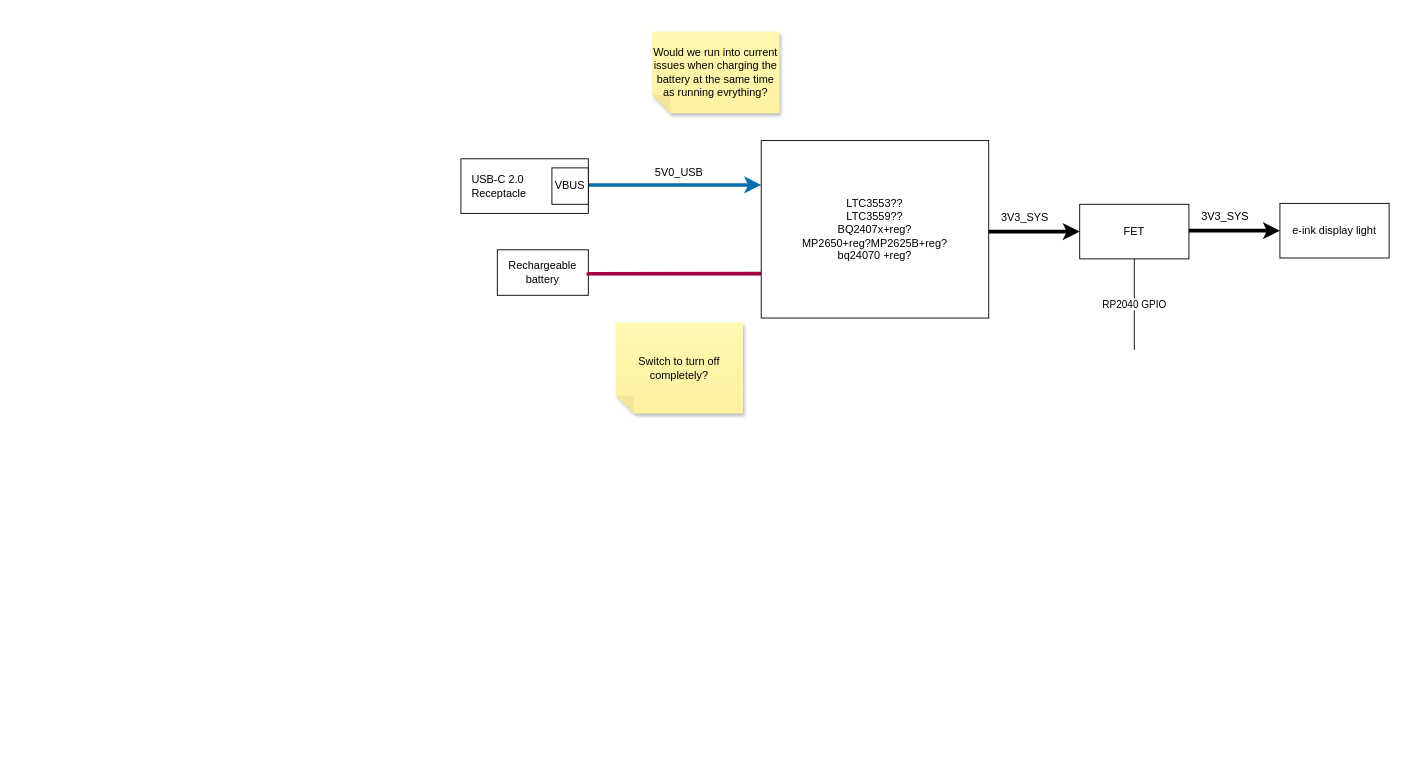
Before: page "Power path" (2 of 2) of hw_architecture/alarm_clk_blk.drawio in DawsonTheroux/alarm_clock, a draw.io diagram. Source tidied: cells renumbered, new cells numbered last; positions are measured from the earlier drawing's top-left corner, leaving out a move shared by most shapes. Both pictures are drawn from the tidied source at 91%, with x=0, y=0 at pixel (460, 31).
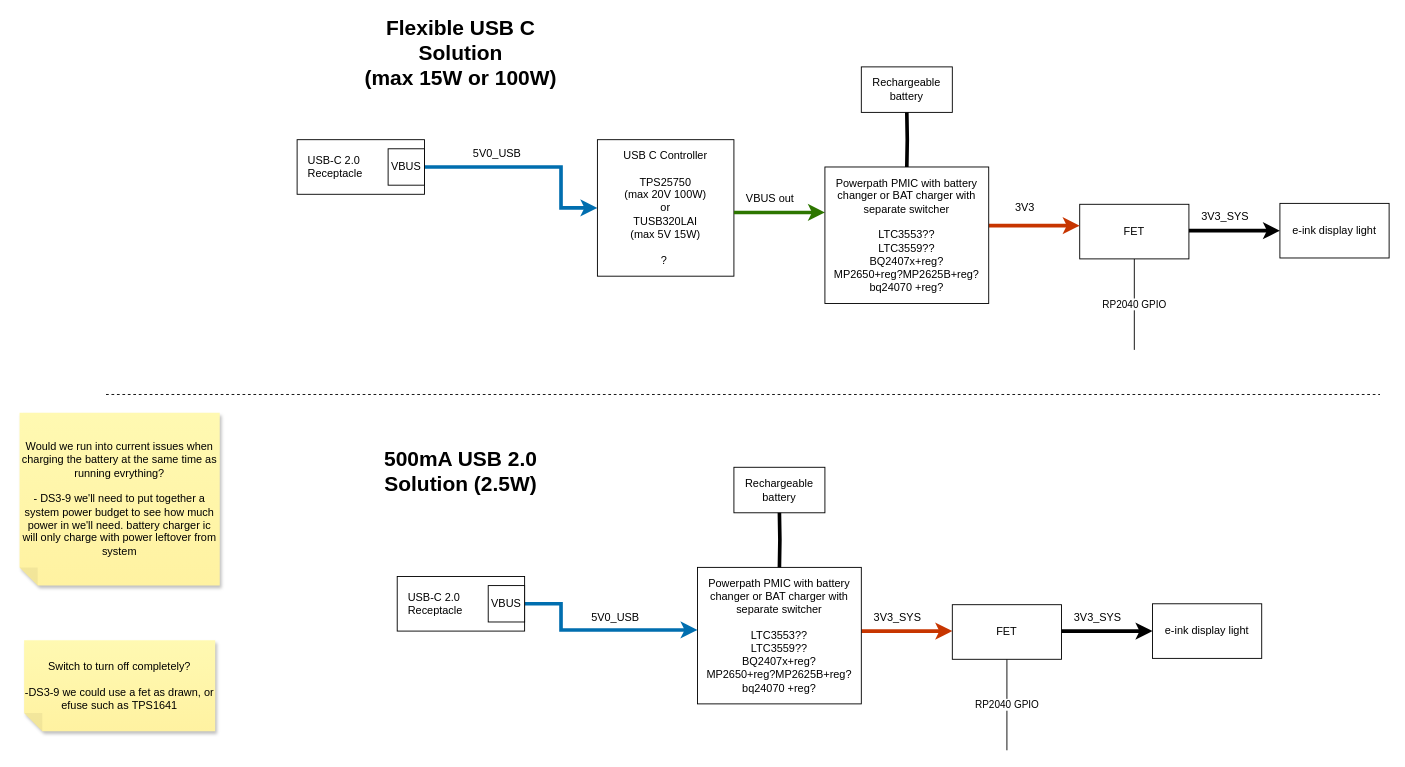
Above is the later version.

Diff of the diagram source:
```diff
@@
-    <mxCell id="2" style="edgeStyle=orthogonalEdgeStyle;rounded=0;jettySize=auto;html=1;entryX=0;entryY=0.25;entryDx=0;entryDy=0;fillColor=#1ba1e2;strokeColor=#006EAF;strokeWidth=4;exitX=1;exitY=0.5;exitDx=0;exitDy=0;" parent="1" edge="1" source="11" target="6">
-      <mxGeometry relative="1" as="geometry">
-        <Array as="points">
-          <mxPoint x="140" y="169" />
-        </Array>
-      </mxGeometry>
-    </mxCell>
-    <mxCell id="3" value="Rechargeable battery" style="rounded=0;whiteSpace=wrap;html=1;align=center;" parent="1" vertex="1">
-      <mxGeometry x="40" y="240" width="100" height="50" as="geometry" />
-    </mxCell>
-    <mxCell id="4" value="5V0_USB" style="text;html=1;align=center;verticalAlign=middle;whiteSpace=wrap;rounded=0;" parent="1" vertex="1">
-      <mxGeometry x="210" y="140" width="60" height="30" as="geometry" />
-    </mxCell>
-    <mxCell id="5" style="edgeStyle=orthogonalEdgeStyle;rounded=0;jettySize=auto;html=1;fillColor=#d80073;strokeColor=#A50040;strokeWidth=4;exitX=1;exitY=0.5;exitDx=0;exitDy=0;entryX=0;entryY=0.75;entryDx=0;entryDy=0;endArrow=none;endFill=0;" parent="1" edge="1" source="3" target="6">
-      <mxGeometry relative="1" as="geometry">
-        <Array as="points">
-          <mxPoint x="140" y="266" />
-        </Array>
-      </mxGeometry>
-    </mxCell>
-    <mxCell id="6" value="LTC3553??&lt;div&gt;LTC3559??&lt;/div&gt;&lt;div&gt;BQ2407x+reg?&lt;br&gt;&lt;/div&gt;&lt;div&gt;MP2650+reg?MP2625B+reg?&lt;br&gt;&lt;/div&gt;&lt;div&gt;bq24070 +reg?&lt;br&gt;&lt;/div&gt;" style="rounded=0;whiteSpace=wrap;html=1;" parent="1" vertex="1">
-      <mxGeometry x="330" y="120" width="250" height="195" as="geometry" />
-    </mxCell>
-    <mxCell id="7" value="3V3_SYS" style="text;html=1;align=center;verticalAlign=middle;whiteSpace=wrap;rounded=0;" parent="1" vertex="1">
-      <mxGeometry x="590" y="190" width="60" height="30" as="geometry" />
-    </mxCell>
-    <mxCell id="8" style="edgeStyle=orthogonalEdgeStyle;rounded=0;orthogonalLoop=1;jettySize=auto;html=1;strokeWidth=4;" parent="1" edge="1">
-      <mxGeometry relative="1" as="geometry">
-        <mxPoint x="580" y="220" as="sourcePoint" />
-        <mxPoint x="680" y="220" as="targetPoint" />
-      </mxGeometry>
-    </mxCell>
-    <mxCell id="9" style="group;" parent="1" vertex="1">
-      <mxGeometry y="140" width="140" height="60" as="geometry" />
-    </mxCell>
-    <mxCell id="10" value="&amp;nbsp; &amp;nbsp;USB-C 2.0 &lt;br&gt;&amp;nbsp; &amp;nbsp;Receptacle" style="rounded=0;whiteSpace=wrap;html=1;align=left;" parent="9" vertex="1">
-      <mxGeometry width="140" height="60" as="geometry" />
-    </mxCell>
-    <mxCell id="11" value="VBUS" style="whiteSpace=wrap;html=1;" parent="9" vertex="1">
-      <mxGeometry x="100" y="10" width="40" height="40" as="geometry" />
-    </mxCell>
@@
-    <mxCell id="17" value="Would we run into current issues when charging the battery at the same time as running evrything?" style="shape=note;whiteSpace=wrap;html=1;backgroundOutline=1;fontColor=#000000;darkOpacity=0.05;fillColor=#FFF9B2;strokeColor=none;fillStyle=solid;direction=west;gradientDirection=north;gradientColor=#FFF2A1;shadow=1;size=20;" parent="1" vertex="1">
-      <mxGeometry x="210" width="140" height="90" as="geometry" />
+    <mxCell id="17" value="Would we run into current issues when charging the battery at the same time as running evrything?&lt;br&gt;&lt;br&gt;- DS3-9 we'll need to put together a system power budget to see how much power in we'll need. battery charger ic will only charge with power leftover from system" style="shape=note;whiteSpace=wrap;html=1;backgroundOutline=1;fontColor=#000000;darkOpacity=0.05;fillColor=#FFF9B2;strokeColor=none;fillStyle=solid;direction=west;gradientDirection=north;gradientColor=#FFF2A1;shadow=1;size=20;" parent="1" vertex="1">
+      <mxGeometry x="-485" y="419" width="220" height="190" as="geometry" />
     </mxCell>
-    <mxCell id="18" value="Switch to turn off completely?" style="shape=note;whiteSpace=wrap;html=1;backgroundOutline=1;fontColor=#000000;darkOpacity=0.05;fillColor=#FFF9B2;strokeColor=none;fillStyle=solid;direction=west;gradientDirection=north;gradientColor=#FFF2A1;shadow=1;size=20;" parent="1" vertex="1">
-      <mxGeometry x="170" y="320" width="140" height="100" as="geometry" />
+    <mxCell id="18" value="Switch to turn off completely?&lt;br&gt;&lt;br&gt;-DS3-9 we could use a fet as drawn, or efuse such as&amp;nbsp;TPS1641" style="shape=note;whiteSpace=wrap;html=1;backgroundOutline=1;fontColor=#000000;darkOpacity=0.05;fillColor=#FFF9B2;strokeColor=none;fillStyle=solid;direction=west;gradientDirection=north;gradientColor=#FFF2A1;shadow=1;size=20;" parent="1" vertex="1">
+      <mxGeometry x="-480" y="669" width="210" height="100" as="geometry" />
     </mxCell>
+    <mxCell id="19" style="edgeStyle=orthogonalEdgeStyle;rounded=0;jettySize=auto;html=1;entryX=0;entryY=0.25;entryDx=0;entryDy=0;fillColor=#1ba1e2;strokeColor=#006EAF;strokeWidth=4;exitX=1;exitY=0.5;exitDx=0;exitDy=0;" parent="1" edge="1" source="25">
+      <mxGeometry relative="1" as="geometry">
+        <mxPoint x="260" y="657.8" as="targetPoint" />
+        <Array as="points">
+          <mxPoint x="110" y="629" />
+          <mxPoint x="110" y="658" />
+        </Array>
+      </mxGeometry>
+    </mxCell>
+    <mxCell id="20" value="5V0_USB" style="text;html=1;align=center;verticalAlign=middle;whiteSpace=wrap;rounded=0;" parent="1" vertex="1">
+      <mxGeometry x="140" y="629" width="60" height="30" as="geometry" />
+    </mxCell>
+    <mxCell id="21" value="3V3_SYS" style="text;html=1;align=center;verticalAlign=middle;whiteSpace=wrap;rounded=0;" parent="1" vertex="1">
+      <mxGeometry x="450" y="629" width="60" height="30" as="geometry" />
+    </mxCell>
+    <mxCell id="22" style="edgeStyle=orthogonalEdgeStyle;rounded=0;orthogonalLoop=1;jettySize=auto;html=1;strokeWidth=4;fillColor=#fa6800;strokeColor=#C73500;" parent="1" edge="1">
+      <mxGeometry relative="1" as="geometry">
+        <mxPoint x="440" y="659" as="sourcePoint" />
+        <mxPoint x="540" y="659" as="targetPoint" />
+      </mxGeometry>
+    </mxCell>
+    <mxCell id="23" style="group;" parent="1" vertex="1">
+      <mxGeometry x="-70" y="599" width="140" height="60" as="geometry" />
+    </mxCell>
+    <mxCell id="24" value="&amp;nbsp; &amp;nbsp;USB-C 2.0 &lt;br&gt;&amp;nbsp; &amp;nbsp;Receptacle" style="rounded=0;whiteSpace=wrap;html=1;align=left;" parent="23" vertex="1">
+      <mxGeometry width="140" height="60" as="geometry" />
+    </mxCell>
+    <mxCell id="25" value="VBUS" style="whiteSpace=wrap;html=1;" parent="23" vertex="1">
+      <mxGeometry x="100" y="10" width="40" height="40" as="geometry" />
+    </mxCell>
+    <mxCell id="26" style="edgeStyle=orthogonalEdgeStyle;rounded=0;jettySize=auto;html=1;fillColor=#1ba1e2;strokeColor=#006EAF;strokeWidth=4;exitX=1;exitY=0.5;exitDx=0;exitDy=0;entryX=0;entryY=0.5;entryDx=0;entryDy=0;" parent="1" edge="1" source="32" target="29">
+      <mxGeometry relative="1" as="geometry">
+        <Array as="points">
+          <mxPoint x="110" y="149" />
+          <mxPoint x="110" y="194" />
+        </Array>
+      </mxGeometry>
+    </mxCell>
+    <mxCell id="27" value="Rechargeable battery" style="rounded=0;whiteSpace=wrap;html=1;align=center;" parent="1" vertex="1">
+      <mxGeometry x="440" y="39" width="100" height="50" as="geometry" />
+    </mxCell>
+    <mxCell id="28" value="5V0_USB" style="text;html=1;align=center;verticalAlign=middle;whiteSpace=wrap;rounded=0;" parent="1" vertex="1">
+      <mxGeometry x="10" y="119" width="60" height="30" as="geometry" />
+    </mxCell>
+    <mxCell id="29" value="USB C Controller&lt;br&gt;&lt;br&gt;TPS25750 &lt;br&gt;(max 20V 100W)&lt;br&gt;&amp;nbsp;or&amp;nbsp;&lt;br&gt;TUSB320LAI &lt;br&gt;(max 5V 15W)&lt;br&gt;&lt;br&gt;?&amp;nbsp;" style="rounded=0;whiteSpace=wrap;html=1;" parent="1" vertex="1">
+      <mxGeometry x="150" y="119" width="150" height="150" as="geometry" />
+    </mxCell>
+    <mxCell id="30" style="group;" parent="1" vertex="1">
+      <mxGeometry x="-180" y="119" width="140" height="60" as="geometry" />
+    </mxCell>
+    <mxCell id="31" value="&amp;nbsp; &amp;nbsp;USB-C 2.0 &lt;br&gt;&amp;nbsp; &amp;nbsp;Receptacle" style="rounded=0;whiteSpace=wrap;html=1;align=left;" parent="30" vertex="1">
+      <mxGeometry width="140" height="60" as="geometry" />
+    </mxCell>
+    <mxCell id="32" value="VBUS" style="whiteSpace=wrap;html=1;" parent="30" vertex="1">
+      <mxGeometry x="100" y="10" width="40" height="40" as="geometry" />
+    </mxCell>
+    <mxCell id="33" style="edgeStyle=orthogonalEdgeStyle;rounded=0;orthogonalLoop=1;jettySize=auto;html=1;strokeWidth=4;fillColor=#60a917;strokeColor=#2D7600;" parent="1" edge="1">
+      <mxGeometry relative="1" as="geometry">
+        <mxPoint x="300" y="199" as="sourcePoint" />
+        <mxPoint x="400" y="199" as="targetPoint" />
+      </mxGeometry>
+    </mxCell>
+    <mxCell id="34" value="VBUS out" style="text;html=1;align=center;verticalAlign=middle;whiteSpace=wrap;rounded=0;" parent="1" vertex="1">
+      <mxGeometry x="310" y="169" width="60" height="30" as="geometry" />
+    </mxCell>
+    <mxCell id="35" style="edgeStyle=orthogonalEdgeStyle;rounded=0;jettySize=auto;html=1;entryX=0.5;entryY=1;entryDx=0;entryDy=0;fillColor=#a20025;strokeColor=default;strokeWidth=4;endArrow=none;endFill=0;" parent="1" edge="1" target="27">
+      <mxGeometry relative="1" as="geometry">
+        <mxPoint x="490" y="149" as="sourcePoint" />
+      </mxGeometry>
+    </mxCell>
+    <mxCell id="36" style="edgeStyle=orthogonalEdgeStyle;rounded=0;orthogonalLoop=1;jettySize=auto;html=1;strokeWidth=4;fillColor=#fa6800;strokeColor=#C73500;" parent="1" edge="1">
+      <mxGeometry relative="1" as="geometry">
+        <mxPoint x="580" y="213.5" as="sourcePoint" />
+        <mxPoint x="680" y="213.5" as="targetPoint" />
+      </mxGeometry>
+    </mxCell>
+    <mxCell id="37" value="3V3" style="text;html=1;align=center;verticalAlign=middle;whiteSpace=wrap;rounded=0;" parent="1" vertex="1">
+      <mxGeometry x="590" y="179" width="60" height="30" as="geometry" />
+    </mxCell>
+    <mxCell id="38" style="endArrow=none;dashed=1;html=1;rounded=0;" parent="1" edge="1">
+      <mxGeometry relative="1" as="geometry">
+        <mxPoint x="-390" y="399" as="sourcePoint" />
+        <mxPoint x="1010" y="399" as="targetPoint" />
+      </mxGeometry>
+    </mxCell>
+    <mxCell id="39" value="Flexible USB C Solution &lt;br&gt;(max 15W or 100W)" style="text;html=1;align=center;verticalAlign=middle;whiteSpace=wrap;rounded=0;fontSize=23;fontStyle=1;" parent="1" vertex="1">
+      <mxGeometry x="-130" y="-11" width="260" height="70" as="geometry" />
+    </mxCell>
+    <mxCell id="40" value="500mA USB 2.0 Solution (2.5W)" style="text;html=1;align=center;verticalAlign=middle;whiteSpace=wrap;rounded=0;fontSize=23;fontStyle=1;" parent="1" vertex="1">
+      <mxGeometry x="-130" y="449" width="260" height="70" as="geometry" />
+    </mxCell>
+    <mxCell id="41" value="Powerpath PMIC with battery changer or BAT charger with separate switcher&lt;br&gt;&lt;br&gt;LTC3553??&lt;div&gt;LTC3559??&lt;/div&gt;&lt;div&gt;BQ2407x+reg?&lt;br&gt;&lt;/div&gt;&lt;div&gt;MP2650+reg?MP2625B+reg?&lt;br&gt;&lt;/div&gt;&lt;div&gt;bq24070 +reg?&lt;br&gt;&lt;/div&gt;" style="rounded=0;whiteSpace=wrap;html=1;" parent="1" vertex="1">
+      <mxGeometry x="400" y="149" width="180" height="150" as="geometry" />
+    </mxCell>
+    <mxCell id="42" value="Powerpath PMIC with battery changer or BAT charger with separate switcher&lt;br&gt;&lt;br&gt;LTC3553??&lt;div&gt;LTC3559??&lt;/div&gt;&lt;div&gt;BQ2407x+reg?&lt;br&gt;&lt;/div&gt;&lt;div&gt;MP2650+reg?MP2625B+reg?&lt;br&gt;&lt;/div&gt;&lt;div&gt;bq24070 +reg?&lt;br&gt;&lt;/div&gt;" style="rounded=0;whiteSpace=wrap;html=1;" parent="1" vertex="1">
+      <mxGeometry x="260" y="589" width="180" height="150" as="geometry" />
+    </mxCell>
+    <mxCell id="43" value="Rechargeable battery" style="rounded=0;whiteSpace=wrap;html=1;align=center;" parent="1" vertex="1">
+      <mxGeometry x="300" y="479" width="100" height="50" as="geometry" />
+    </mxCell>
+    <mxCell id="44" style="edgeStyle=orthogonalEdgeStyle;rounded=0;jettySize=auto;html=1;entryX=0.5;entryY=1;entryDx=0;entryDy=0;fillColor=#a20025;strokeColor=default;strokeWidth=4;endArrow=none;endFill=0;" parent="1" edge="1" target="43">
+      <mxGeometry relative="1" as="geometry">
+        <mxPoint x="350" y="589" as="sourcePoint" />
+      </mxGeometry>
+    </mxCell>
+    <mxCell id="45" value="RP2040 GPIO" style="edgeStyle=orthogonalEdgeStyle;rounded=0;jettySize=auto;html=1;endArrow=none;endFill=0;" parent="1" edge="1" source="46">
+      <mxGeometry relative="1" as="geometry">
+        <mxPoint x="600" y="790" as="targetPoint" />
+      </mxGeometry>
+    </mxCell>
+    <mxCell id="46" value="FET" style="rounded=0;whiteSpace=wrap;html=1;" parent="1" vertex="1">
+      <mxGeometry x="540" y="630" width="120" height="60" as="geometry" />
+    </mxCell>
+    <mxCell id="47" value="3V3_SYS" style="text;html=1;align=center;verticalAlign=middle;whiteSpace=wrap;rounded=0;" parent="1" vertex="1">
+      <mxGeometry x="670" y="629" width="60" height="30" as="geometry" />
+    </mxCell>
+    <mxCell id="48" style="edgeStyle=orthogonalEdgeStyle;rounded=0;orthogonalLoop=1;jettySize=auto;html=1;strokeWidth=4;" parent="1" edge="1">
+      <mxGeometry relative="1" as="geometry">
+        <mxPoint x="660" y="659" as="sourcePoint" />
+        <mxPoint x="760" y="659" as="targetPoint" />
+      </mxGeometry>
+    </mxCell>
+    <mxCell id="49" value="e-ink display light" style="rounded=0;whiteSpace=wrap;html=1;" parent="1" vertex="1">
+      <mxGeometry x="760" y="629" width="120" height="60" as="geometry" />
+    </mxCell>
```
